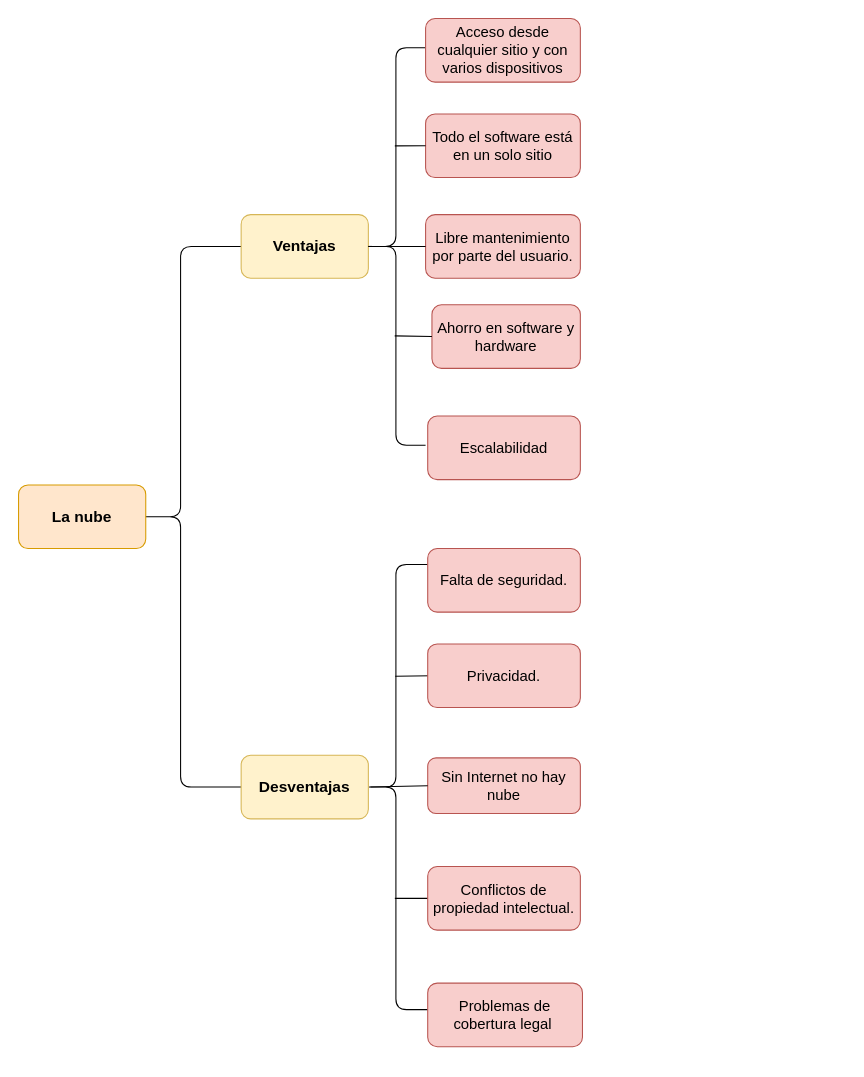
Before: unf.drawio in armando013005/diagrams, a draw.io diagram. Source tidied: cells renumbered, new cells numbered last; positions are measured from the earlier drawing's top-left corner, leaving out a move shared by most shapes. Both pictures are drawn from the tidied source at 106%, with x=0, y=0 at pixel (18, 18).
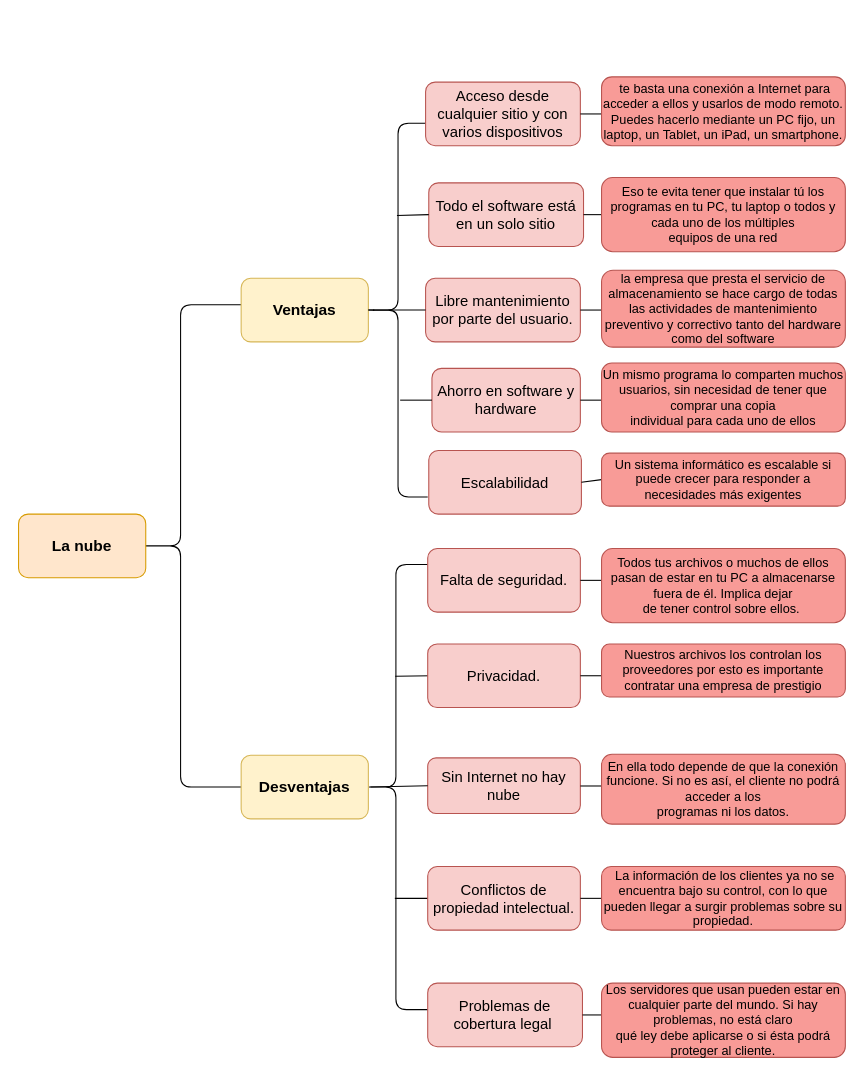
Above is the later version.

Unchanged cells that the change refers to:
```xml
<mxCell id="12" value="&lt;font style=&quot;font-size: 14px&quot;&gt;Falta de seguridad.&lt;/font&gt;" style="rounded=1;whiteSpace=wrap;html=1;fillColor=#f8cecc;strokeColor=#b85450;" parent="1" vertex="1">
  <mxGeometry x="386" y="500" width="144" height="60" as="geometry" />
</mxCell>
<mxCell id="14" value="&lt;font style=&quot;font-size: 14px&quot;&gt;Problemas de cobertura legal&amp;nbsp;&lt;/font&gt;" style="rounded=1;whiteSpace=wrap;html=1;fillColor=#f8cecc;strokeColor=#b85450;" parent="1" vertex="1">
  <mxGeometry x="386" y="910" width="146" height="60" as="geometry" />
</mxCell>
<mxCell id="21" value="&lt;span style=&quot;font-size: 14px&quot;&gt;Privacidad.&lt;/span&gt;" style="rounded=1;whiteSpace=wrap;html=1;fillColor=#f8cecc;strokeColor=#b85450;" parent="1" vertex="1">
  <mxGeometry x="386" y="590" width="144" height="60" as="geometry" />
</mxCell>
<mxCell id="22" value="&lt;font style=&quot;font-size: 14px&quot;&gt;Conflictos de propiedad intelectual.&lt;/font&gt;" style="rounded=1;whiteSpace=wrap;html=1;fillColor=#f8cecc;strokeColor=#b85450;" parent="1" vertex="1">
  <mxGeometry x="386" y="800" width="144" height="60" as="geometry" />
</mxCell>
```

The edit, as a diff of the source:
```diff
@@
     <mxCell id="2" style="shape=curlyBracket;whiteSpace=wrap;html=1;rounded=1;size=0.42857142857142855;" parent="1" vertex="1">
-      <mxGeometry x="110" y="215" width="100" height="510" as="geometry" />
+      <mxGeometry x="110" y="270" width="100" height="455" as="geometry" />
     </mxCell>
     <mxCell id="3" value="&lt;b&gt;&lt;span style=&quot;font-size: 11.0pt ; line-height: 107% ; font-family: &amp;#34;arimo&amp;#34; , sans-serif&quot;&gt;Ventajas&lt;/span&gt;&lt;/b&gt;" style="whiteSpace=wrap;html=1;rounded=1;fillColor=#fff2cc;strokeColor=#d6b656;" parent="1" vertex="1">
-      <mxGeometry x="210" y="185" width="120" height="60" as="geometry" />
+      <mxGeometry x="210" y="245" width="120" height="60" as="geometry" />
     </mxCell>
@@
     <mxCell id="5" value="&lt;font face=&quot;arimo, sans-serif&quot;&gt;&lt;span style=&quot;font-size: 14.6667px&quot;&gt;&lt;b&gt;La nube&lt;/b&gt;&lt;/span&gt;&lt;/font&gt;" style="rounded=1;whiteSpace=wrap;html=1;fillColor=#ffe6cc;strokeColor=#d79b00;" parent="1" vertex="1">
-      <mxGeometry y="440" width="120" height="60" as="geometry" />
+      <mxGeometry y="467.5" width="120" height="60" as="geometry" />
     </mxCell>
@@
     <mxCell id="7" style="shape=curlyBracket;whiteSpace=wrap;html=1;rounded=1;" parent="1" vertex="1">
-      <mxGeometry x="328" y="27.5" width="56" height="375" as="geometry" />
+      <mxGeometry x="330" y="98.8" width="56" height="352.5" as="geometry" />
     </mxCell>
     <mxCell id="8" value="&lt;font style=&quot;font-size: 14px&quot;&gt;Acceso desde cualquier sitio y con varios dispositivos&lt;/font&gt;" style="rounded=1;whiteSpace=wrap;html=1;fillColor=#f8cecc;strokeColor=#b85450;" parent="1" vertex="1">
-      <mxGeometry x="384" width="146" height="60" as="geometry" />
+      <mxGeometry x="384" y="60" width="146" height="60" as="geometry" />
     </mxCell>
     <mxCell id="9" value="&lt;font style=&quot;font-size: 14px&quot;&gt;Todo el software está en un solo sitio&lt;/font&gt;" style="rounded=1;whiteSpace=wrap;html=1;fillColor=#f8cecc;strokeColor=#b85450;" parent="1" vertex="1">
-      <mxGeometry x="384" y="90" width="146" height="60" as="geometry" />
+      <mxGeometry x="387" y="155" width="146" height="60" as="geometry" />
     </mxCell>
     <mxCell id="10" value="&lt;font style=&quot;font-size: 14px&quot;&gt;Ahorro en software y hardware&lt;/font&gt;" style="rounded=1;whiteSpace=wrap;html=1;fillColor=#f8cecc;strokeColor=#b85450;" parent="1" vertex="1">
-      <mxGeometry x="390" y="270" width="140" height="60" as="geometry" />
+      <mxGeometry x="390" y="330" width="140" height="60" as="geometry" />
     </mxCell>
     <mxCell id="11" value="&lt;font style=&quot;font-size: 14px&quot;&gt;Escalabilidad&lt;/font&gt;" style="rounded=1;whiteSpace=wrap;html=1;fillColor=#f8cecc;strokeColor=#b85450;" parent="1" vertex="1">
-      <mxGeometry x="386" y="375" width="144" height="60" as="geometry" />
+      <mxGeometry x="387" y="407.5" width="144" height="60" as="geometry" />
     </mxCell>
@@
-    <mxCell id="16" style="endArrow=none;html=1;entryX=0;entryY=0.5;entryDx=0;entryDy=0;exitX=0.48;exitY=0.725;exitDx=0;exitDy=0;exitPerimeter=0;" parent="1" edge="1" source="7" target="10">
-      <mxGeometry relative="1" as="geometry" />
+    <mxCell id="16" style="endArrow=none;html=1;entryX=0;entryY=0.5;entryDx=0;entryDy=0;" parent="1" edge="1" target="10">
+      <mxGeometry relative="1" as="geometry">
+        <mxPoint x="360" y="360" as="sourcePoint" />
+      </mxGeometry>
     </mxCell>
@@
     <mxCell id="23" value="&lt;font style=&quot;font-size: 14px&quot;&gt;Libre mantenimiento por parte del usuario.&lt;/font&gt;" style="rounded=1;whiteSpace=wrap;html=1;fillColor=#f8cecc;strokeColor=#b85450;" parent="1" vertex="1">
-      <mxGeometry x="384" y="185" width="146" height="60" as="geometry" />
+      <mxGeometry x="384" y="245" width="146" height="60" as="geometry" />
     </mxCell>
@@
+    <mxCell id="25" style="endArrow=none;html=1;exitX=1;exitY=0.5;exitDx=0;exitDy=0;" parent="1" edge="1" source="8">
+      <mxGeometry relative="1" as="geometry">
+        <mxPoint x="550" y="90" as="targetPoint" />
+      </mxGeometry>
+    </mxCell>
+    <mxCell id="26" style="endArrow=none;html=1;exitX=1;exitY=0.5;exitDx=0;exitDy=0;entryX=0;entryY=0.5;entryDx=0;entryDy=0;" parent="1" edge="1" source="9" target="43">
+      <mxGeometry relative="1" as="geometry" />
+    </mxCell>
+    <mxCell id="27" style="endArrow=none;html=1;exitX=1;exitY=0.5;exitDx=0;exitDy=0;" parent="1" edge="1" source="23">
+      <mxGeometry relative="1" as="geometry">
+        <mxPoint x="550" y="275" as="targetPoint" />
+      </mxGeometry>
+    </mxCell>
+    <mxCell id="28" style="endArrow=none;html=1;exitX=1;exitY=0.5;exitDx=0;exitDy=0;" parent="1" edge="1" source="10">
+      <mxGeometry relative="1" as="geometry">
+        <mxPoint x="550" y="360" as="targetPoint" />
+      </mxGeometry>
+    </mxCell>
+    <mxCell id="29" style="endArrow=none;html=1;exitX=1;exitY=0.5;exitDx=0;exitDy=0;entryX=0;entryY=0.5;entryDx=0;entryDy=0;" parent="1" edge="1" source="11" target="40">
+      <mxGeometry relative="1" as="geometry" />
+    </mxCell>
+    <mxCell id="30" style="endArrow=none;html=1;exitX=1;exitY=0.5;exitDx=0;exitDy=0;" parent="1" edge="1" source="12">
+      <mxGeometry relative="1" as="geometry">
+        <mxPoint x="550" y="530" as="targetPoint" />
+      </mxGeometry>
+    </mxCell>
+    <mxCell id="31" style="endArrow=none;html=1;" parent="1" edge="1">
+      <mxGeometry relative="1" as="geometry">
+        <mxPoint x="530" y="724" as="sourcePoint" />
+        <mxPoint x="550" y="724" as="targetPoint" />
+      </mxGeometry>
+    </mxCell>
+    <mxCell id="32" style="endArrow=none;html=1;exitX=1;exitY=0.5;exitDx=0;exitDy=0;" parent="1" edge="1" source="22">
+      <mxGeometry relative="1" as="geometry">
+        <mxPoint x="550" y="830" as="targetPoint" />
+      </mxGeometry>
+    </mxCell>
+    <mxCell id="33" style="endArrow=none;html=1;exitX=1;exitY=0.5;exitDx=0;exitDy=0;" parent="1" edge="1" source="14">
+      <mxGeometry relative="1" as="geometry">
+        <mxPoint x="550" y="940" as="targetPoint" />
+      </mxGeometry>
+    </mxCell>
+    <mxCell id="34" style="endArrow=none;html=1;exitX=1;exitY=0.5;exitDx=0;exitDy=0;" parent="1" edge="1" source="21">
+      <mxGeometry relative="1" as="geometry">
+        <mxPoint x="550" y="620" as="targetPoint" />
+      </mxGeometry>
+    </mxCell>
+    <mxCell id="35" value="Los servidores que usan pueden estar en cualquier parte del mundo. Si hay problemas, no está claro&lt;br/&gt;qué ley debe aplicarse o si ésta podrá proteger al cliente." style="rounded=1;whiteSpace=wrap;html=1;strokeColor=#b85450;fillColor=#F89B97;" parent="1" vertex="1">
+      <mxGeometry x="550" y="910" width="230" height="70" as="geometry" />
+    </mxCell>
+    <mxCell id="36" value="&amp;nbsp;La información de los clientes ya no se&lt;br/&gt;encuentra bajo su control, con lo que pueden llegar a surgir problemas sobre su&lt;br/&gt;propiedad." style="rounded=1;whiteSpace=wrap;html=1;strokeColor=#b85450;fillColor=#F89B97;" parent="1" vertex="1">
+      <mxGeometry x="550" y="800" width="230" height="60" as="geometry" />
+    </mxCell>
+    <mxCell id="37" value="En ella todo depende de que la conexión funcione. Si no es así, el cliente no podrá acceder a los&lt;br/&gt;programas ni los datos." style="rounded=1;whiteSpace=wrap;html=1;strokeColor=#b85450;fillColor=#F89B97;" parent="1" vertex="1">
+      <mxGeometry x="550" y="694" width="230" height="66" as="geometry" />
+    </mxCell>
+    <mxCell id="38" value="Nuestros archivos los controlan los proveedores por esto es importante contratar una empresa de prestigio" style="rounded=1;whiteSpace=wrap;html=1;strokeColor=#b85450;fillColor=#F89B97;" parent="1" vertex="1">
+      <mxGeometry x="550" y="590" width="230" height="50" as="geometry" />
+    </mxCell>
+    <mxCell id="39" value="Todos tus archivos o muchos de ellos pasan de estar en tu PC a almacenarse fuera de él. Implica dejar&lt;br/&gt;de tener control sobre ellos.&amp;nbsp;" style="rounded=1;whiteSpace=wrap;html=1;strokeColor=#b85450;fillColor=#F89B97;" parent="1" vertex="1">
+      <mxGeometry x="550" y="500" width="230" height="70" as="geometry" />
+    </mxCell>
+    <mxCell id="40" value="Un sistema informático es escalable si puede crecer para responder a necesidades más exigentes" style="rounded=1;whiteSpace=wrap;html=1;strokeColor=#b85450;fillColor=#F89B97;" parent="1" vertex="1">
+      <mxGeometry x="550" y="410" width="230" height="50" as="geometry" />
+    </mxCell>
+    <mxCell id="41" value="Un mismo programa lo comparten muchos usuarios, sin necesidad de tener que comprar una copia&lt;br/&gt;individual para cada uno de ellos" style="rounded=1;whiteSpace=wrap;html=1;strokeColor=#b85450;fillColor=#F89B97;" parent="1" vertex="1">
+      <mxGeometry x="550" y="325" width="230" height="65" as="geometry" />
+    </mxCell>
+    <mxCell id="42" value="la empresa que presta el servicio de&lt;br/&gt;almacenamiento se hace cargo de todas las actividades de mantenimiento&lt;br/&gt;preventivo y correctivo tanto del hardware como del software" style="rounded=1;whiteSpace=wrap;html=1;strokeColor=#b85450;fillColor=#F89B97;" parent="1" vertex="1">
+      <mxGeometry x="550" y="237.5" width="230" height="72.5" as="geometry" />
+    </mxCell>
+    <mxCell id="43" value="Eso te evita tener que instalar tú los programas en tu PC, tu laptop o todos y cada uno de los múltiples&lt;br/&gt;equipos de una red" style="rounded=1;whiteSpace=wrap;html=1;strokeColor=#b85450;fillColor=#F89B97;" parent="1" vertex="1">
+      <mxGeometry x="550" y="150" width="230" height="70" as="geometry" />
+    </mxCell>
+    <mxCell id="44" value="&amp;nbsp;te basta una conexión a Internet para acceder a ellos y usarlos de modo remoto. Puedes hacerlo mediante un PC fijo, un laptop, un Tablet, un iPad, un smartphone." style="rounded=1;whiteSpace=wrap;html=1;strokeColor=#b85450;fillColor=#F89B97;" parent="1" vertex="1">
+      <mxGeometry x="550" y="55" width="230" height="65" as="geometry" />
+    </mxCell>
```
